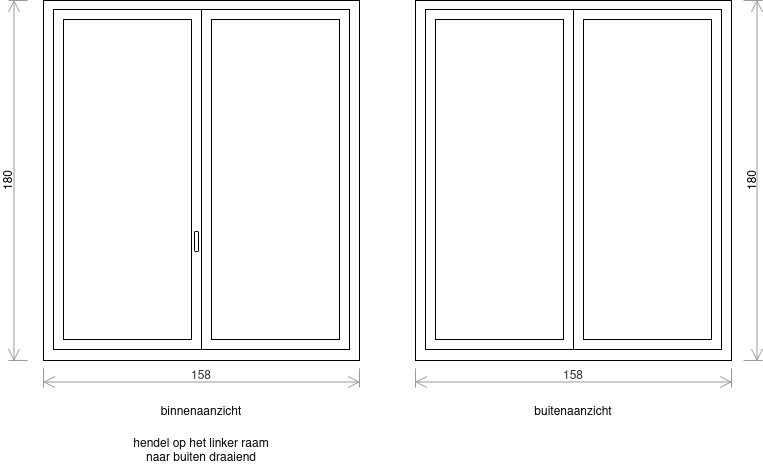
Above: window.drawio.png in fckff/drawio (draw.io), before the change. Source tidied: cells renumbered, new cells last; positions are measured from the earlier drawing's top-left corner, leaving out a move shared by most shapes. Its diagram source:
```xml
<mxGraphModel background="#FFFFFF">
  <root>
    <mxCell id="0" />
    <mxCell id="1" parent="0" />
    <mxCell id="2" style="whiteSpace=wrap;html=1;" parent="1" vertex="1">
      <mxGeometry x="35" width="316" height="360" as="geometry" />
    </mxCell>
    <mxCell id="3" style="rounded=0;whiteSpace=wrap;html=1;" parent="1" vertex="1">
      <mxGeometry x="45" y="9" width="296" height="340" as="geometry" />
    </mxCell>
    <mxCell id="4" style="rounded=0;whiteSpace=wrap;html=1;" parent="1" vertex="1">
      <mxGeometry x="45" y="9" width="148" height="340" as="geometry" />
    </mxCell>
    <mxCell id="5" style="rounded=0;whiteSpace=wrap;html=1;" parent="1" vertex="1">
      <mxGeometry x="193" y="9" width="148" height="340" as="geometry" />
    </mxCell>
    <mxCell id="6" style="rounded=0;whiteSpace=wrap;html=1;" parent="1" vertex="1">
      <mxGeometry x="55" y="19" width="128" height="320" as="geometry" />
    </mxCell>
    <mxCell id="7" style="rounded=0;whiteSpace=wrap;html=1;" parent="1" vertex="1">
      <mxGeometry x="203" y="19" width="128" height="320" as="geometry" />
    </mxCell>
    <mxCell id="8" style="rounded=1;whiteSpace=wrap;html=1;" parent="1" vertex="1">
      <mxGeometry x="186" y="231" width="4" height="20" as="geometry" />
    </mxCell>
    <mxCell id="9" value="&lt;div&gt;binnenaanzicht&lt;/div&gt;" style="text;html=1;strokeColor=none;fillColor=none;align=center;verticalAlign=middle;whiteSpace=wrap;rounded=0;" parent="1" vertex="1">
      <mxGeometry x="35" y="395" width="316" height="30" as="geometry" />
    </mxCell>
    <mxCell id="10" style="whiteSpace=wrap;html=1;" parent="1" vertex="1">
      <mxGeometry x="407" width="316" height="360" as="geometry" />
    </mxCell>
    <mxCell id="11" style="rounded=0;whiteSpace=wrap;html=1;" parent="1" vertex="1">
      <mxGeometry x="417" y="9" width="296" height="340" as="geometry" />
    </mxCell>
    <mxCell id="12" style="rounded=0;whiteSpace=wrap;html=1;" parent="1" vertex="1">
      <mxGeometry x="417" y="9" width="148" height="340" as="geometry" />
    </mxCell>
    <mxCell id="13" style="rounded=0;whiteSpace=wrap;html=1;" parent="1" vertex="1">
      <mxGeometry x="565" y="9" width="148" height="340" as="geometry" />
    </mxCell>
    <mxCell id="14" style="rounded=0;whiteSpace=wrap;html=1;" parent="1" vertex="1">
      <mxGeometry x="427" y="19" width="128" height="320" as="geometry" />
    </mxCell>
    <mxCell id="15" style="rounded=0;whiteSpace=wrap;html=1;" parent="1" vertex="1">
      <mxGeometry x="575" y="19" width="128" height="320" as="geometry" />
    </mxCell>
    <mxCell id="16" value="buitenaanzicht" style="text;html=1;strokeColor=none;fillColor=none;align=center;verticalAlign=middle;whiteSpace=wrap;rounded=0;" parent="1" vertex="1">
      <mxGeometry x="407" y="395" width="316" height="30" as="geometry" />
    </mxCell>
    <mxCell id="17" value="158" style="shape=dimension;whiteSpace=wrap;html=1;align=center;verticalAlign=bottom;spacingBottom=3;labelBackgroundColor=none;fillColor=#f5f5f5;fontColor=#333333;strokeColor=#999999;" parent="1" vertex="1">
      <mxGeometry x="35" y="368" width="316" height="19" as="geometry" />
    </mxCell>
    <mxCell id="18" value="158" style="shape=dimension;whiteSpace=wrap;html=1;align=center;verticalAlign=bottom;spacingBottom=3;labelBackgroundColor=none;fillColor=#f5f5f5;fontColor=#333333;strokeColor=#999999;" parent="1" vertex="1">
      <mxGeometry x="407" y="368" width="316" height="19" as="geometry" />
    </mxCell>
    <mxCell id="19" value="180" style="shape=dimension;direction=south;whiteSpace=wrap;html=1;align=center;verticalAlign=top;labelBackgroundColor=none;horizontal=0;spacingTop=-15;strokeColor=#999999;" parent="1" vertex="1">
      <mxGeometry width="19" height="360" as="geometry" />
    </mxCell>
    <mxCell id="20" value="180" style="shape=dimension;direction=north;whiteSpace=wrap;html=1;align=center;verticalAlign=middle;labelBackgroundColor=none;horizontal=0;spacingBottom=3;strokeColor=#999999;labelPosition=center;verticalLabelPosition=middle;flipV=1;flipH=0;" parent="1" vertex="1">
      <mxGeometry x="735" width="19" height="360" as="geometry" />
    </mxCell>
    <mxCell id="21" value="&lt;div&gt;hendel op het linker raam&lt;/div&gt;&lt;div&gt;naar buiten draaiend&lt;br&gt;&lt;/div&gt;" style="text;html=1;strokeColor=none;fillColor=none;align=center;verticalAlign=middle;whiteSpace=wrap;rounded=0;" parent="1" vertex="1">
      <mxGeometry x="35" y="434" width="316" height="30" as="geometry" />
    </mxCell>
  </root>
</mxGraphModel>
```
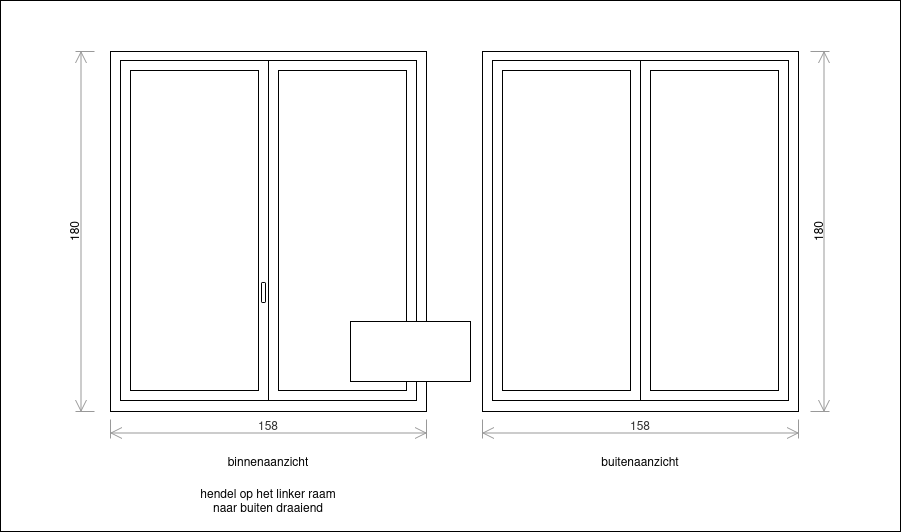
The same diagram one commit later.

Diff of the diagram source:
```diff
@@ -2,6 +2,9 @@
   <root>
     <mxCell id="0" />
     <mxCell id="1" parent="0" />
+    <mxCell id="22" style="whiteSpace=wrap;html=1;" parent="1" vertex="1">
+      <mxGeometry x="-75" y="-51" width="900" height="531" as="geometry" />
+    </mxCell>
     <mxCell id="2" style="whiteSpace=wrap;html=1;" parent="1" vertex="1">
       <mxGeometry x="35" width="316" height="360" as="geometry" />
     </mxCell>
@@ -62,5 +65,8 @@
     <mxCell id="21" value="&lt;div&gt;hendel op het linker raam&lt;/div&gt;&lt;div&gt;naar buiten draaiend&lt;br&gt;&lt;/div&gt;" style="text;html=1;strokeColor=none;fillColor=none;align=center;verticalAlign=middle;whiteSpace=wrap;rounded=0;" parent="1" vertex="1">
       <mxGeometry x="35" y="434" width="316" height="30" as="geometry" />
     </mxCell>
+    <mxCell id="23" style="rounded=0;whiteSpace=wrap;html=1;" parent="1" vertex="1">
+      <mxGeometry x="275" y="270" width="120" height="60" as="geometry" />
+    </mxCell>
   </root>
 </mxGraphModel>
```
